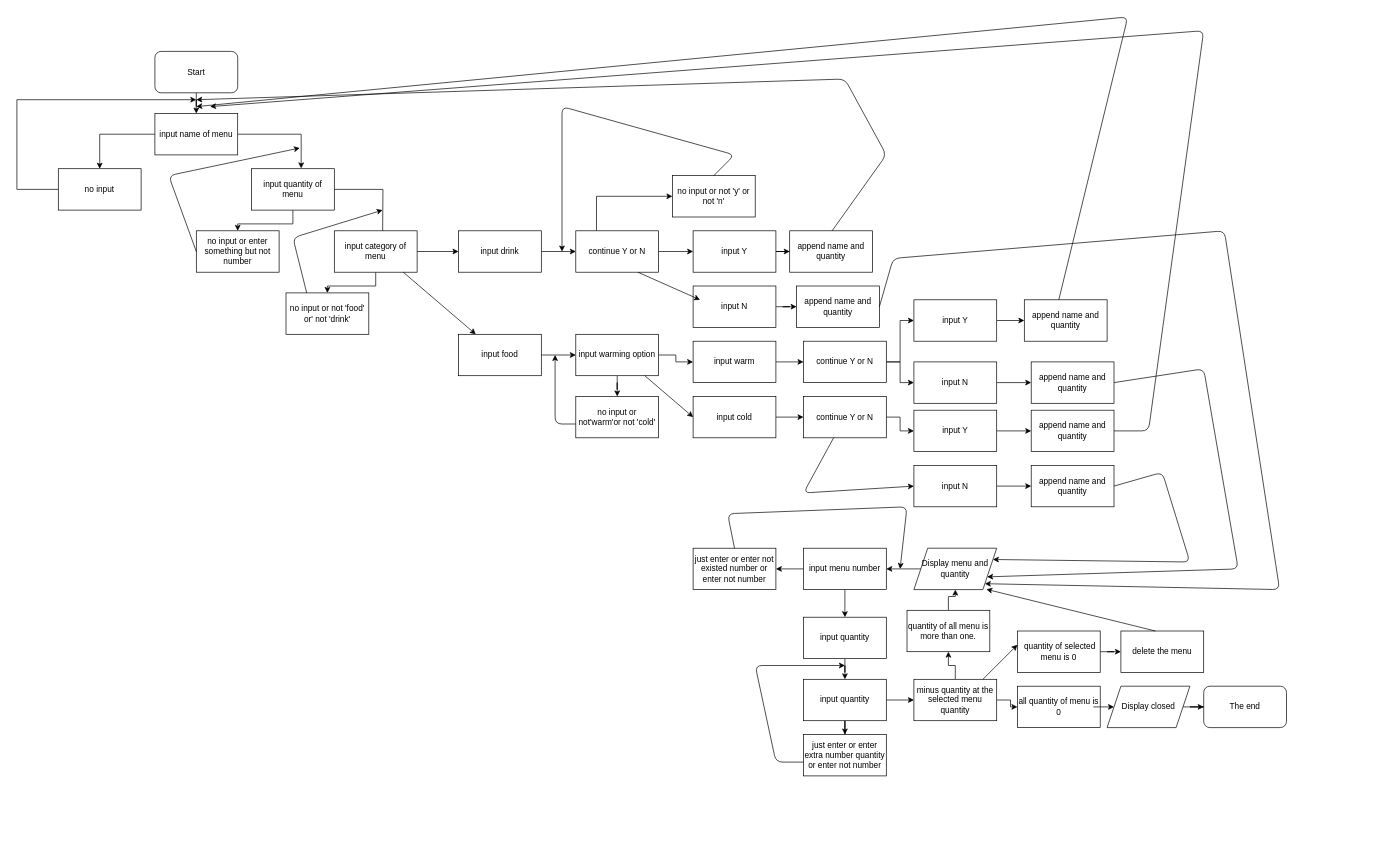
Above: Untitled Diagram.drawio in Lee-Min-Jung/PROGRAMMING-INTRODUCTION-4 (draw.io), before the change. Source tidied: cells renumbered, new cells numbered last; positions are measured from the earlier drawing's top-left corner, leaving out a move shared by most shapes. Both pictures are drawn from the tidied source at 69%, with x=0, y=0 at pixel (17, 17).
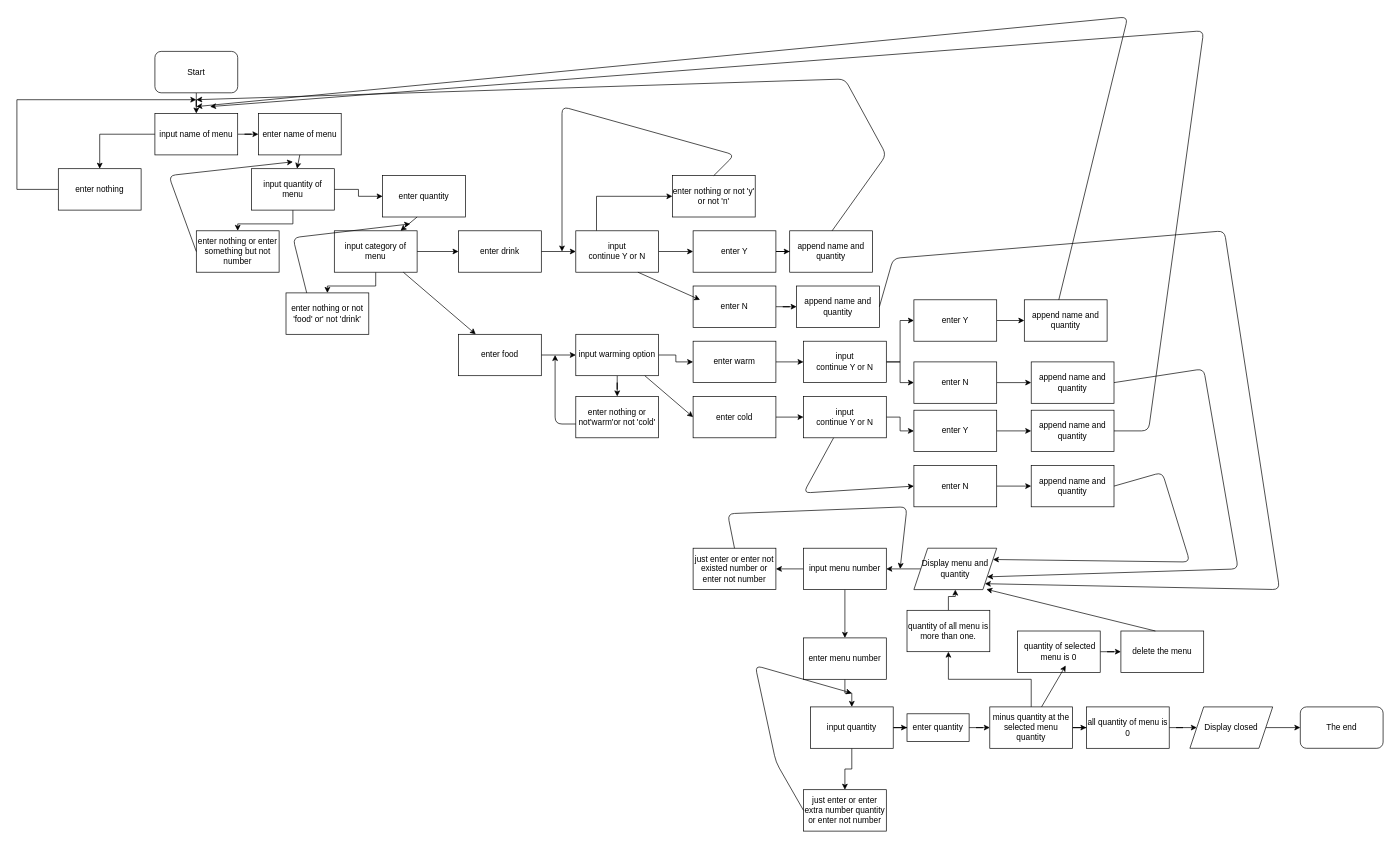
Above is the later version.

Commit message:
flow chart final

The change refers to these unchanged cells:
```xml
<mxCell id="6" value="input name of menu" style="rounded=0;whiteSpace=wrap;html=1;" parent="1" vertex="1">
  <mxGeometry x="200" y="140" width="120" height="60" as="geometry" />
</mxCell>
<mxCell id="11" value="input quantity of menu" style="rounded=0;whiteSpace=wrap;html=1;" parent="1" vertex="1">
  <mxGeometry x="340" y="220" width="120" height="60" as="geometry" />
</mxCell>
<mxCell id="16" value="input category of menu" style="rounded=0;whiteSpace=wrap;html=1;" parent="1" vertex="1">
  <mxGeometry x="460" y="310" width="120" height="60" as="geometry" />
</mxCell>
```

What changed in the source:
```diff
@@
-    <mxCell id="5" style="edgeStyle=orthogonalEdgeStyle;rounded=0;jettySize=auto;html=1;entryX=0.6;entryY=-0.008;entryDx=0;entryDy=0;entryPerimeter=0;" parent="1" edge="1" source="6" target="11">
-      <mxGeometry relative="1" as="geometry" />
-    </mxCell>
+    <mxCell id="99" style="edgeStyle=orthogonalEdgeStyle;rounded=0;jettySize=auto;html=1;" parent="1" edge="1" source="6" target="103">
+      <mxGeometry relative="1" as="geometry" />
+    </mxCell>
@@
-    <mxCell id="8" value="no input" style="rounded=0;whiteSpace=wrap;html=1;" parent="1" vertex="1">
+    <mxCell id="8" value="enter nothing" style="rounded=0;whiteSpace=wrap;html=1;" parent="1" vertex="1">
       <mxGeometry x="60" y="220" width="120" height="60" as="geometry" />
     </mxCell>
@@
-    <mxCell id="10" style="edgeStyle=orthogonalEdgeStyle;rounded=0;jettySize=auto;html=1;" parent="1" edge="1" source="11">
-      <mxGeometry relative="1" as="geometry">
-        <mxPoint x="530" y="320" as="targetPoint" />
-      </mxGeometry>
-    </mxCell>
+    <mxCell id="100" style="edgeStyle=orthogonalEdgeStyle;rounded=0;jettySize=auto;html=1;" parent="1" edge="1" source="11" target="105">
+      <mxGeometry relative="1" as="geometry" />
+    </mxCell>
@@
-    <mxCell id="12" value="no input or enter something but not number" style="rounded=0;whiteSpace=wrap;html=1;" parent="1" vertex="1">
+    <mxCell id="12" value="enter nothing or enter something but not number" style="rounded=0;whiteSpace=wrap;html=1;" parent="1" vertex="1">
       <mxGeometry x="260" y="310" width="120" height="60" as="geometry" />
     </mxCell>
     <mxCell id="13" style="endArrow=classic;html=1;exitX=0;exitY=0.5;exitDx=0;exitDy=0;" parent="1" edge="1" source="12">
       <mxGeometry relative="1" as="geometry">
-        <mxPoint x="410" y="190" as="targetPoint" />
+        <mxPoint x="400" y="210" as="targetPoint" />
         <Array as="points">
           <mxPoint x="220" y="230" />
         </Array>
       </mxGeometry>
     </mxCell>
@@
-    <mxCell id="17" value="no input or not 'food' or' not 'drink'" style="rounded=0;whiteSpace=wrap;html=1;" parent="1" vertex="1">
+    <mxCell id="17" value="enter nothing or not 'food' or' not 'drink'" style="rounded=0;whiteSpace=wrap;html=1;" parent="1" vertex="1">
       <mxGeometry x="390" y="400" width="120" height="60" as="geometry" />
     </mxCell>
     <mxCell id="18" style="endArrow=classic;html=1;exitX=0.25;exitY=0;exitDx=0;exitDy=0;" parent="1" edge="1" source="17">
       <mxGeometry relative="1" as="geometry">
-        <mxPoint x="530" y="280" as="targetPoint" />
+        <mxPoint x="570" y="300" as="targetPoint" />
         <Array as="points">
           <mxPoint x="400" y="320" />
         </Array>
       </mxGeometry>
     </mxCell>
@@
-    <mxCell id="20" value="input drink" style="rounded=0;whiteSpace=wrap;html=1;" parent="1" vertex="1">
+    <mxCell id="20" value="enter drink" style="rounded=0;whiteSpace=wrap;html=1;" parent="1" vertex="1">
       <mxGeometry x="640" y="310" width="120" height="60" as="geometry" />
     </mxCell>
@@
-    <mxCell id="23" value="continue Y or N" style="rounded=0;whiteSpace=wrap;html=1;" parent="1" vertex="1">
+    <mxCell id="23" value="input&lt;br&gt;continue Y or N" style="rounded=0;whiteSpace=wrap;html=1;" parent="1" vertex="1">
       <mxGeometry x="810" y="310" width="120" height="60" as="geometry" />
     </mxCell>
-    <mxCell id="24" value="no input or not 'y' or not 'n'" style="rounded=0;whiteSpace=wrap;html=1;" parent="1" vertex="1">
+    <mxCell id="24" value="enter nothing or not 'y' or not 'n'" style="rounded=0;whiteSpace=wrap;html=1;" parent="1" vertex="1">
       <mxGeometry x="950" y="230" width="120" height="60" as="geometry" />
     </mxCell>
@@
-    <mxCell id="27" value="input Y" style="rounded=0;whiteSpace=wrap;html=1;" parent="1" vertex="1">
+    <mxCell id="27" value="enter Y" style="rounded=0;whiteSpace=wrap;html=1;" parent="1" vertex="1">
       <mxGeometry x="980" y="310" width="120" height="60" as="geometry" />
     </mxCell>
@@
-    <mxCell id="30" value="input N" style="rounded=0;whiteSpace=wrap;html=1;" parent="1" vertex="1">
+    <mxCell id="30" value="enter N" style="rounded=0;whiteSpace=wrap;html=1;" parent="1" vertex="1">
       <mxGeometry x="980" y="390" width="120" height="60" as="geometry" />
     </mxCell>
@@
-    <mxCell id="33" value="input food" style="rounded=0;whiteSpace=wrap;html=1;" parent="1" vertex="1">
+    <mxCell id="33" value="enter food" style="rounded=0;whiteSpace=wrap;html=1;" parent="1" vertex="1">
       <mxGeometry x="640" y="460" width="120" height="60" as="geometry" />
     </mxCell>
@@
-    <mxCell id="38" value="no input or not'warm'or not 'cold'" style="rounded=0;whiteSpace=wrap;html=1;" parent="1" vertex="1">
+    <mxCell id="38" value="enter nothing or not'warm'or not 'cold'" style="rounded=0;whiteSpace=wrap;html=1;" parent="1" vertex="1">
       <mxGeometry x="810" y="550" width="120" height="60" as="geometry" />
     </mxCell>
@@
-    <mxCell id="41" value="input warm" style="rounded=0;whiteSpace=wrap;html=1;" parent="1" vertex="1">
+    <mxCell id="41" value="enter warm" style="rounded=0;whiteSpace=wrap;html=1;" parent="1" vertex="1">
       <mxGeometry x="980" y="470" width="120" height="60" as="geometry" />
     </mxCell>
@@
-    <mxCell id="43" value="input cold" style="rounded=0;whiteSpace=wrap;html=1;" parent="1" vertex="1">
+    <mxCell id="43" value="enter cold" style="rounded=0;whiteSpace=wrap;html=1;" parent="1" vertex="1">
       <mxGeometry x="980" y="550" width="120" height="60" as="geometry" />
     </mxCell>
@@
-    <mxCell id="47" value="continue Y or N" style="rounded=0;whiteSpace=wrap;html=1;" parent="1" vertex="1">
+    <mxCell id="47" value="input&lt;br&gt;continue Y or N" style="rounded=0;whiteSpace=wrap;html=1;" parent="1" vertex="1">
       <mxGeometry x="1140" y="470" width="120" height="60" as="geometry" />
     </mxCell>
@@
-    <mxCell id="49" value="continue Y or N" style="rounded=0;whiteSpace=wrap;html=1;" parent="1" vertex="1">
+    <mxCell id="49" value="input&lt;br&gt;continue Y or N" style="rounded=0;whiteSpace=wrap;html=1;" parent="1" vertex="1">
       <mxGeometry x="1140" y="550" width="120" height="60" as="geometry" />
     </mxCell>
@@
-    <mxCell id="52" value="input Y" style="rounded=0;whiteSpace=wrap;html=1;" parent="1" vertex="1">
+    <mxCell id="52" value="enter Y" style="rounded=0;whiteSpace=wrap;html=1;" parent="1" vertex="1">
       <mxGeometry x="1300" y="410" width="120" height="60" as="geometry" />
     </mxCell>
@@
-    <mxCell id="54" value="input N" style="rounded=0;whiteSpace=wrap;html=1;" parent="1" vertex="1">
+    <mxCell id="54" value="enter N" style="rounded=0;whiteSpace=wrap;html=1;" parent="1" vertex="1">
       <mxGeometry x="1300" y="500" width="120" height="60" as="geometry" />
     </mxCell>
@@
-    <mxCell id="56" value="input Y" style="rounded=0;whiteSpace=wrap;html=1;" parent="1" vertex="1">
+    <mxCell id="56" value="enter Y" style="rounded=0;whiteSpace=wrap;html=1;" parent="1" vertex="1">
       <mxGeometry x="1300" y="570" width="120" height="60" as="geometry" />
     </mxCell>
@@
-    <mxCell id="58" value="input N" style="rounded=0;whiteSpace=wrap;html=1;" parent="1" vertex="1">
+    <mxCell id="58" value="enter N" style="rounded=0;whiteSpace=wrap;html=1;" parent="1" vertex="1">
       <mxGeometry x="1300" y="650" width="120" height="60" as="geometry" />
     </mxCell>
@@
-    <mxCell id="78" value="input quantity" style="rounded=0;whiteSpace=wrap;html=1;" parent="1" vertex="1">
-      <mxGeometry x="1140" y="870" width="120" height="60" as="geometry" />
+    <mxCell id="78" value="enter menu number" style="rounded=0;whiteSpace=wrap;html=1;" parent="1" vertex="1">
+      <mxGeometry x="1140" y="900" width="120" height="60" as="geometry" />
     </mxCell>
@@
-    <mxCell id="80" style="edgeStyle=orthogonalEdgeStyle;rounded=0;jettySize=auto;html=1;" parent="1" edge="1" source="81" target="86">
-      <mxGeometry relative="1" as="geometry" />
-    </mxCell>
+    <mxCell id="101" style="edgeStyle=orthogonalEdgeStyle;rounded=0;jettySize=auto;html=1;" parent="1" edge="1" source="81" target="108">
+      <mxGeometry relative="1" as="geometry" />
+    </mxCell>
     <mxCell id="81" value="input quantity" style="rounded=0;whiteSpace=wrap;html=1;" parent="1" vertex="1">
-      <mxGeometry x="1140" y="960" width="120" height="60" as="geometry" />
+      <mxGeometry x="1150" y="1000" width="120" height="60" as="geometry" />
     </mxCell>
     <mxCell id="82" value="just enter or enter extra number quantity or enter not number" style="rounded=0;whiteSpace=wrap;html=1;" parent="1" vertex="1">
-      <mxGeometry x="1140" y="1040" width="120" height="60" as="geometry" />
+      <mxGeometry x="1140" y="1120" width="120" height="60" as="geometry" />
     </mxCell>
-    <mxCell id="83" style="endArrow=classic;html=1;" parent="1" edge="1">
+    <mxCell id="83" style="endArrow=classic;html=1;exitX=0;exitY=0.5;exitDx=0;exitDy=0;" parent="1" edge="1" source="82">
       <mxGeometry relative="1" as="geometry">
-        <mxPoint x="1140" y="1080" as="sourcePoint" />
-        <mxPoint x="1200" y="940" as="targetPoint" />
+        <mxPoint x="1210" y="980" as="targetPoint" />
         <Array as="points">
           <mxPoint x="1100" y="1080" />
           <mxPoint x="1070" y="940" />
         </Array>
       </mxGeometry>
     </mxCell>
@@
     <mxCell id="86" value="minus quantity at the selected menu quantity" style="rounded=0;whiteSpace=wrap;html=1;" parent="1" vertex="1">
-      <mxGeometry x="1300" y="960" width="120" height="60" as="geometry" />
+      <mxGeometry x="1410" y="1000" width="120" height="60" as="geometry" />
     </mxCell>
@@
+    <mxCell id="102" style="edgeStyle=orthogonalEdgeStyle;rounded=0;jettySize=auto;html=1;" parent="1" edge="1" source="89" target="93">
+      <mxGeometry relative="1" as="geometry" />
+    </mxCell>
     <mxCell id="89" value="all quantity of menu is 0" style="rounded=0;whiteSpace=wrap;html=1;" parent="1" vertex="1">
-      <mxGeometry x="1450" y="970" width="120" height="60" as="geometry" />
+      <mxGeometry x="1550" y="1000" width="120" height="60" as="geometry" />
     </mxCell>
@@
     <mxCell id="91" value="The end" style="rounded=1;whiteSpace=wrap;html=1;" parent="1" vertex="1">
-      <mxGeometry x="1720" y="970" width="120" height="60" as="geometry" />
+      <mxGeometry x="1860" y="1000" width="120" height="60" as="geometry" />
     </mxCell>
@@
     <mxCell id="93" value="Display closed" style="shape=parallelogram;perimeter=parallelogramPerimeter;whiteSpace=wrap;html=1;fixedSize=1;" parent="1" vertex="1">
-      <mxGeometry x="1580" y="970" width="120" height="60" as="geometry" />
+      <mxGeometry x="1700" y="1000" width="120" height="60" as="geometry" />
     </mxCell>
-    <mxCell id="94" style="endArrow=classic;html=1;" parent="1" edge="1">
-      <mxGeometry relative="1" as="geometry">
-        <mxPoint x="1400" y="960" as="sourcePoint" />
-        <mxPoint x="1450" y="910" as="targetPoint" />
-      </mxGeometry>
-    </mxCell>
@@
-    <mxCell id="96" style="endArrow=classic;html=1;" parent="1" edge="1" target="93">
-      <mxGeometry relative="1" as="geometry">
-        <mxPoint x="1560" y="1000" as="sourcePoint" />
-      </mxGeometry>
-    </mxCell>
@@
+    <mxCell id="103" value="enter name of menu" style="rounded=0;whiteSpace=wrap;html=1;" parent="1" vertex="1">
+      <mxGeometry x="350" y="140" width="120" height="60" as="geometry" />
+    </mxCell>
+    <mxCell id="104" style="endArrow=classic;html=1;exitX=0.5;exitY=1;exitDx=0;exitDy=0;" parent="1" edge="1" source="103" target="11">
+      <mxGeometry relative="1" as="geometry" />
+    </mxCell>
+    <mxCell id="105" value="enter quantity" style="rounded=0;whiteSpace=wrap;html=1;" parent="1" vertex="1">
+      <mxGeometry x="530" y="230" width="120" height="60" as="geometry" />
+    </mxCell>
+    <mxCell id="106" style="endArrow=classic;html=1;" parent="1" edge="1" target="16">
+      <mxGeometry relative="1" as="geometry">
+        <mxPoint x="580" y="290" as="sourcePoint" />
+      </mxGeometry>
+    </mxCell>
+    <mxCell id="107" style="edgeStyle=orthogonalEdgeStyle;rounded=0;jettySize=auto;html=1;" parent="1" edge="1" source="108" target="86">
+      <mxGeometry relative="1" as="geometry" />
+    </mxCell>
+    <mxCell id="108" value="enter quantity" style="rounded=0;whiteSpace=wrap;html=1;" parent="1" vertex="1">
+      <mxGeometry x="1290" y="1010" width="90" height="40" as="geometry" />
+    </mxCell>
+    <mxCell id="109" style="endArrow=classic;html=1;" parent="1" edge="1">
+      <mxGeometry relative="1" as="geometry">
+        <mxPoint x="1485" y="1000" as="sourcePoint" />
+        <mxPoint x="1520" y="940" as="targetPoint" />
+      </mxGeometry>
+    </mxCell>
```
